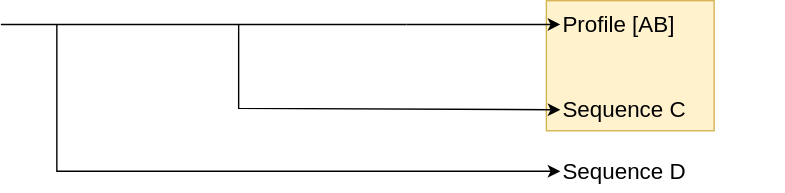
Earlier version of the draw.io export images/progressive_alignment_2.drawio.svg (khiron/dBGAlignSlides). Source tidied: cells renumbered, new cells last; positions are measured from the earlier drawing's top-left corner, leaving out a move shared by most shapes.
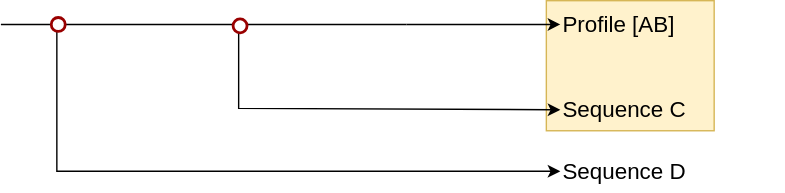
After the change.

Change to the diagram source:
```diff
@@ -44,5 +44,11 @@
         </Array>
       </mxGeometry>
     </mxCell>
+    <mxCell id="10" style="ellipse;whiteSpace=wrap;html=1;strokeColor=#990000;strokeWidth=2;" parent="1" vertex="1">
+      <mxGeometry x="166" y="13" width="10" height="10" as="geometry" />
+    </mxCell>
+    <mxCell id="11" style="ellipse;whiteSpace=wrap;html=1;strokeColor=#990000;strokeWidth=2;" parent="1" vertex="1">
+      <mxGeometry x="36" y="12" width="10" height="10" as="geometry" />
+    </mxCell>
   </root>
 </mxGraphModel>
```
